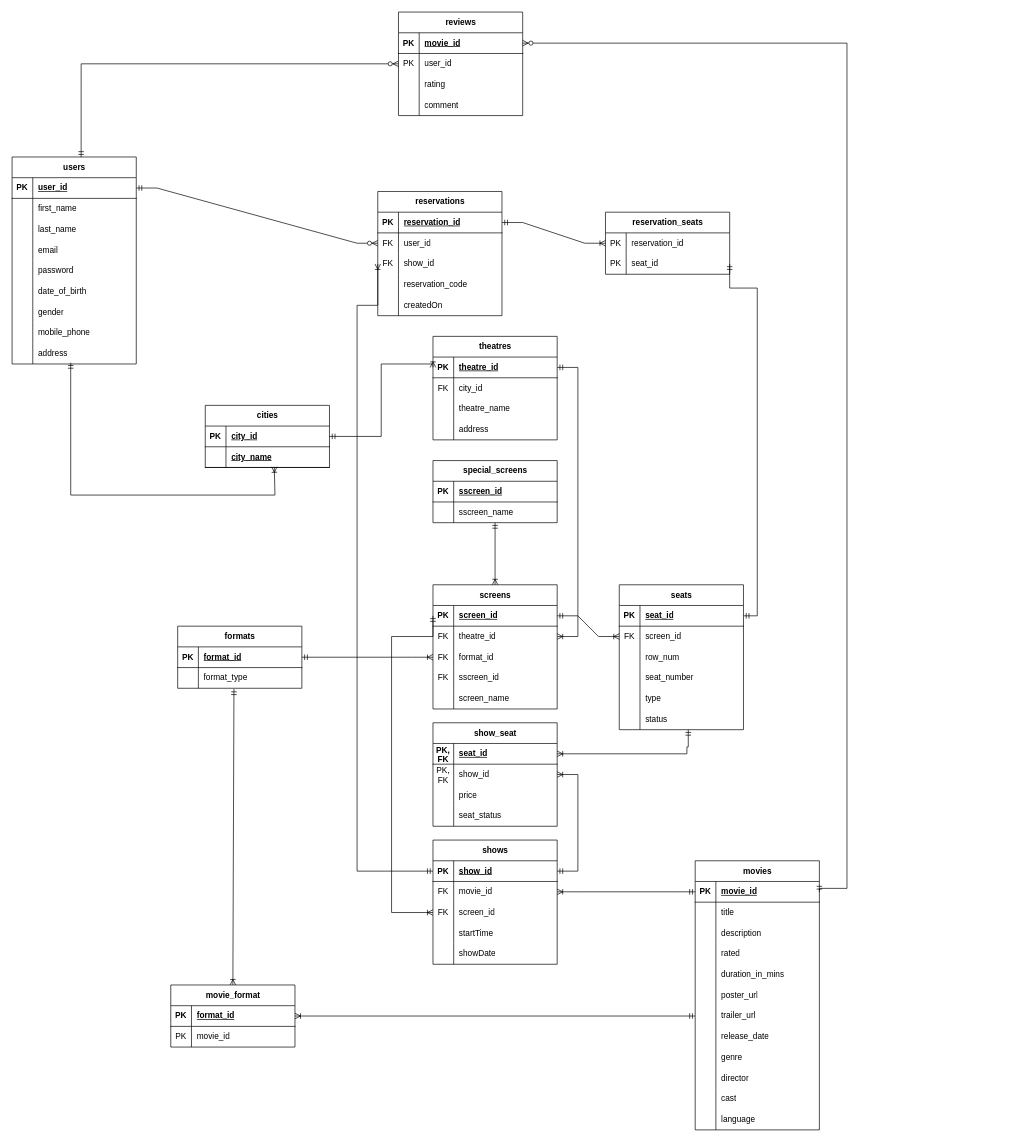
This is Database/ER Diagram/movie_booking.drawio from Envytee49/movie-booking, a draw.io file, before an edit. Source tidied: cells renumbered, new cells numbered last; positions are measured from the earlier drawing's top-left corner, leaving out a move shared by most shapes. Both pictures are drawn from the tidied source at 69%, with x=0, y=0 at pixel (12, 12).
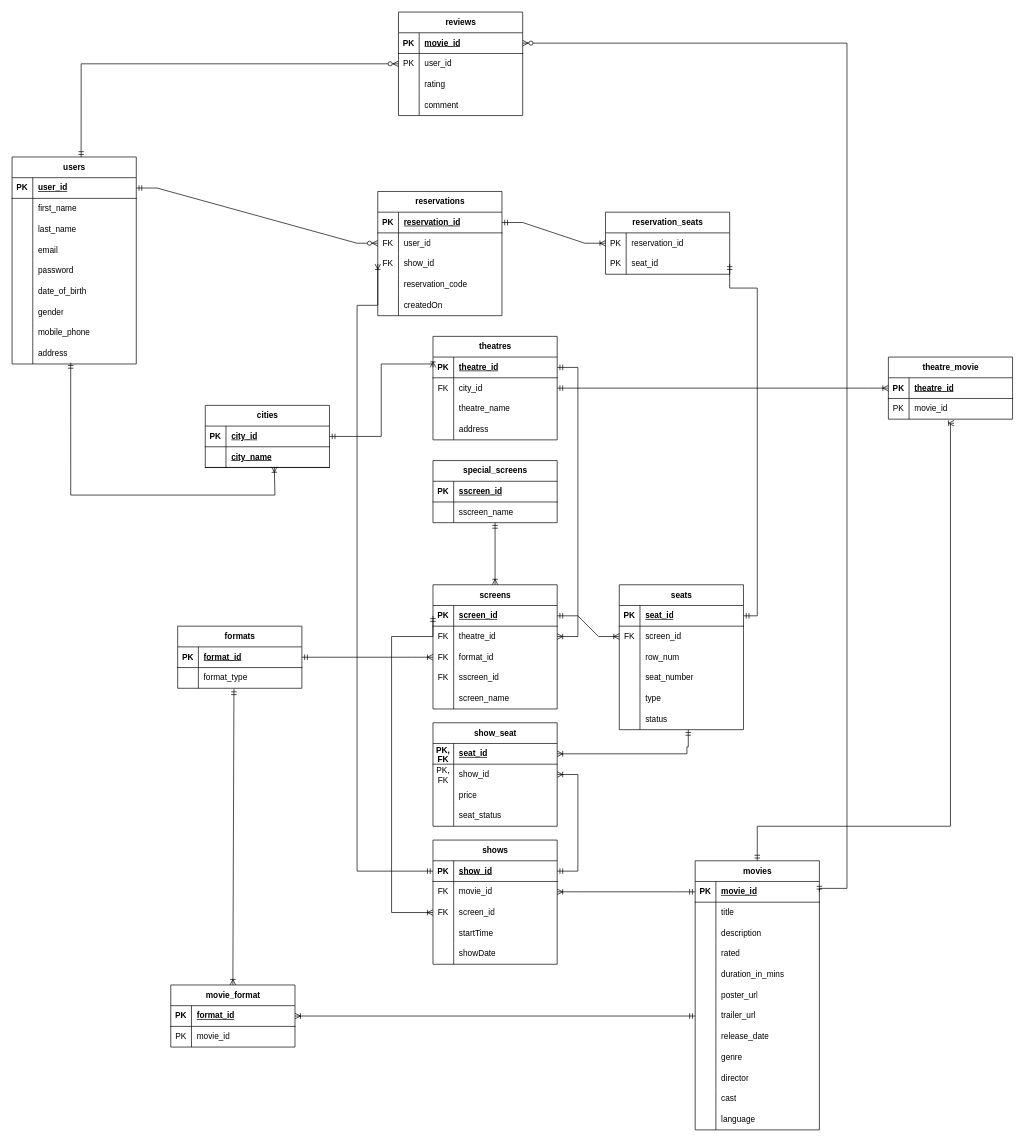
After the change.

The change refers to these unchanged cells:
```xml
<mxCell id="2" value="movies" style="shape=table;startSize=30;childLayout=tableLayout;rowLines=0;fontStyle=1;align=center;html=1;" parent="1" vertex="1">
  <mxGeometry x="990" y="1230" width="180" height="390" as="geometry" />
</mxCell>
<mxCell id="71" style="shape=tableRow;horizontal=0;startSize=0;swimlaneHead=0;swimlaneBody=0;fillColor=none;points=[[0,0.5],[1,0.5]];portConstraint=eastwest;top=0;left=0;right=0;bottom=0;" parent="67" vertex="1">
  <mxGeometry y="60" width="180" height="30" as="geometry" />
</mxCell>
```

Change to the diagram source:
```diff
@@
+    <mxCell id="226" value="theatre_movie" style="shape=table;startSize=30;childLayout=tableLayout;rowLines=0;fontStyle=1;align=center;html=1;" parent="1" vertex="1">
+      <mxGeometry x="1270" y="500" width="180" height="90" as="geometry" />
+    </mxCell>
+    <mxCell id="227" style="shape=tableRow;horizontal=0;startSize=0;swimlaneHead=0;swimlaneBody=0;fillColor=none;points=[[0,0.5],[1,0.5]];portConstraint=eastwest;top=0;left=0;right=0;bottom=1;" parent="226" vertex="1">
+      <mxGeometry y="30" width="180" height="30" as="geometry" />
+    </mxCell>
+    <mxCell id="228" value="PK" style="shape=partialRectangle;fillColor=none;top=0;left=0;bottom=0;right=0;fontStyle=1;overflow=hidden;whiteSpace=wrap;html=1;" parent="227" vertex="1">
+      <mxGeometry width="30" height="30" as="geometry" />
+    </mxCell>
+    <mxCell id="229" value="theatre_id" style="shape=partialRectangle;fillColor=none;top=0;left=0;bottom=0;right=0;align=left;spacingLeft=6;fontStyle=5;overflow=hidden;whiteSpace=wrap;html=1;" parent="227" vertex="1">
+      <mxGeometry x="30" width="150" height="30" as="geometry" />
+    </mxCell>
+    <mxCell id="230" style="shape=tableRow;horizontal=0;startSize=0;swimlaneHead=0;swimlaneBody=0;fillColor=none;points=[[0,0.5],[1,0.5]];portConstraint=eastwest;top=0;left=0;right=0;bottom=0;" parent="226" vertex="1">
+      <mxGeometry y="60" width="180" height="30" as="geometry" />
+    </mxCell>
+    <mxCell id="231" value="PK" style="shape=partialRectangle;fillColor=none;top=0;left=0;bottom=0;right=0;overflow=hidden;whiteSpace=wrap;html=1;" parent="230" vertex="1">
+      <mxGeometry width="30" height="30" as="geometry" />
+    </mxCell>
+    <mxCell id="232" value="movie_id" style="shape=partialRectangle;fillColor=none;top=0;left=0;bottom=0;right=0;align=left;spacingLeft=6;overflow=hidden;whiteSpace=wrap;html=1;" parent="230" vertex="1">
+      <mxGeometry x="30" width="150" height="30" as="geometry" />
+    </mxCell>
+    <mxCell id="233" style="edgeStyle=entityRelationEdgeStyle;fontSize=12;html=1;endArrow=ERoneToMany;startArrow=ERmandOne;rounded=0;exitX=1;exitY=0.5;exitDx=0;exitDy=0;entryX=0;entryY=0.5;entryDx=0;entryDy=0;" parent="1" edge="1" source="71" target="227">
+      <mxGeometry relative="1" as="geometry" />
+    </mxCell>
+    <mxCell id="234" style="edgeStyle=orthogonalEdgeStyle;fontSize=12;html=1;endArrow=ERoneToMany;startArrow=ERmandOne;rounded=0;exitX=0.5;exitY=0;exitDx=0;exitDy=0;entryX=0.529;entryY=1.195;entryDx=0;entryDy=0;entryPerimeter=0;" parent="1" edge="1" source="2" target="230">
+      <mxGeometry relative="1" as="geometry">
+        <Array as="points">
+          <mxPoint x="1080" y="1180" />
+          <mxPoint x="1360" y="1180" />
+          <mxPoint x="1360" y="596" />
+        </Array>
+      </mxGeometry>
+    </mxCell>
```
